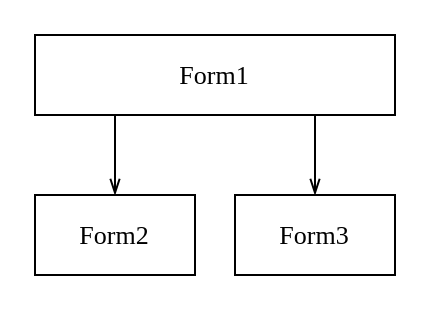
This is OAiP/Course/Scheme/GUI.drawio from Hummel009/Delphi-Projects, a draw.io file, before an edit. Source tidied: cells renumbered, new cells numbered last; positions are measured from the earlier drawing's top-left corner, leaving out a move shared by most shapes. Both pictures are drawn from the tidied source at 200%, with x=0, y=0 at pixel (34, 34).
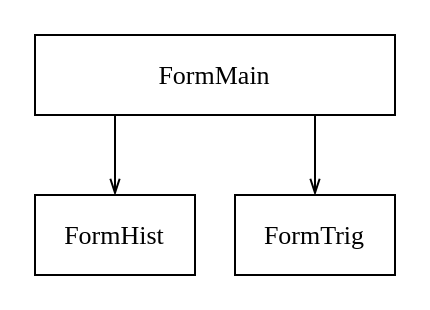
Above is the later version.

Diff of the diagram source:
```diff
@@
 <mxGraphModel>
   <root>
     <mxCell id="0" />
     <mxCell id="1" parent="0" />
-    <mxCell id="2" value="Form1" style="rounded=0;whiteSpace=wrap;html=1;fontSize=13;fontFamily=Times New Roman;" parent="1" vertex="1">
+    <mxCell id="2" value="FormMain" style="rounded=0;whiteSpace=wrap;html=1;fontSize=13;fontFamily=Times New Roman;" parent="1" vertex="1">
       <mxGeometry width="180" height="40" as="geometry" />
     </mxCell>
     <mxCell id="3" style="endArrow=openThin;html=1;fontFamily=Times New Roman;fontSize=13;endFill=0;rounded=0;edgeStyle=orthogonalEdgeStyle;exitX=0.25;exitY=1;exitDx=0;exitDy=0;" parent="1" edge="1">
       <mxGeometry relative="1" as="geometry">
         <mxPoint x="140" y="40" as="sourcePoint" />
         <mxPoint x="140" y="80" as="targetPoint" />
         <Array as="points">
           <mxPoint x="140" y="80" />
         </Array>
       </mxGeometry>
     </mxCell>
     <mxCell id="4" style="endArrow=openThin;html=1;fontFamily=Times New Roman;fontSize=13;endFill=0;rounded=0;edgeStyle=orthogonalEdgeStyle;exitX=0.25;exitY=1;exitDx=0;exitDy=0;" parent="1" edge="1">
       <mxGeometry relative="1" as="geometry">
         <mxPoint x="40" y="40" as="sourcePoint" />
         <mxPoint x="40" y="80" as="targetPoint" />
         <Array as="points">
           <mxPoint x="40" y="80" />
         </Array>
       </mxGeometry>
     </mxCell>
-    <mxCell id="5" value="Form2" style="rounded=0;whiteSpace=wrap;html=1;fontSize=13;fontFamily=Times New Roman;" parent="1" vertex="1">
+    <mxCell id="5" value="FormHist" style="rounded=0;whiteSpace=wrap;html=1;fontSize=13;fontFamily=Times New Roman;" parent="1" vertex="1">
       <mxGeometry y="80" width="80" height="40" as="geometry" />
     </mxCell>
-    <mxCell id="6" value="Form3" style="rounded=0;whiteSpace=wrap;html=1;fontSize=13;fontFamily=Times New Roman;" parent="1" vertex="1">
+    <mxCell id="6" value="FormTrig" style="rounded=0;whiteSpace=wrap;html=1;fontSize=13;fontFamily=Times New Roman;" parent="1" vertex="1">
       <mxGeometry x="100" y="80" width="80" height="40" as="geometry" />
     </mxCell>
   </root>
 </mxGraphModel>
```
